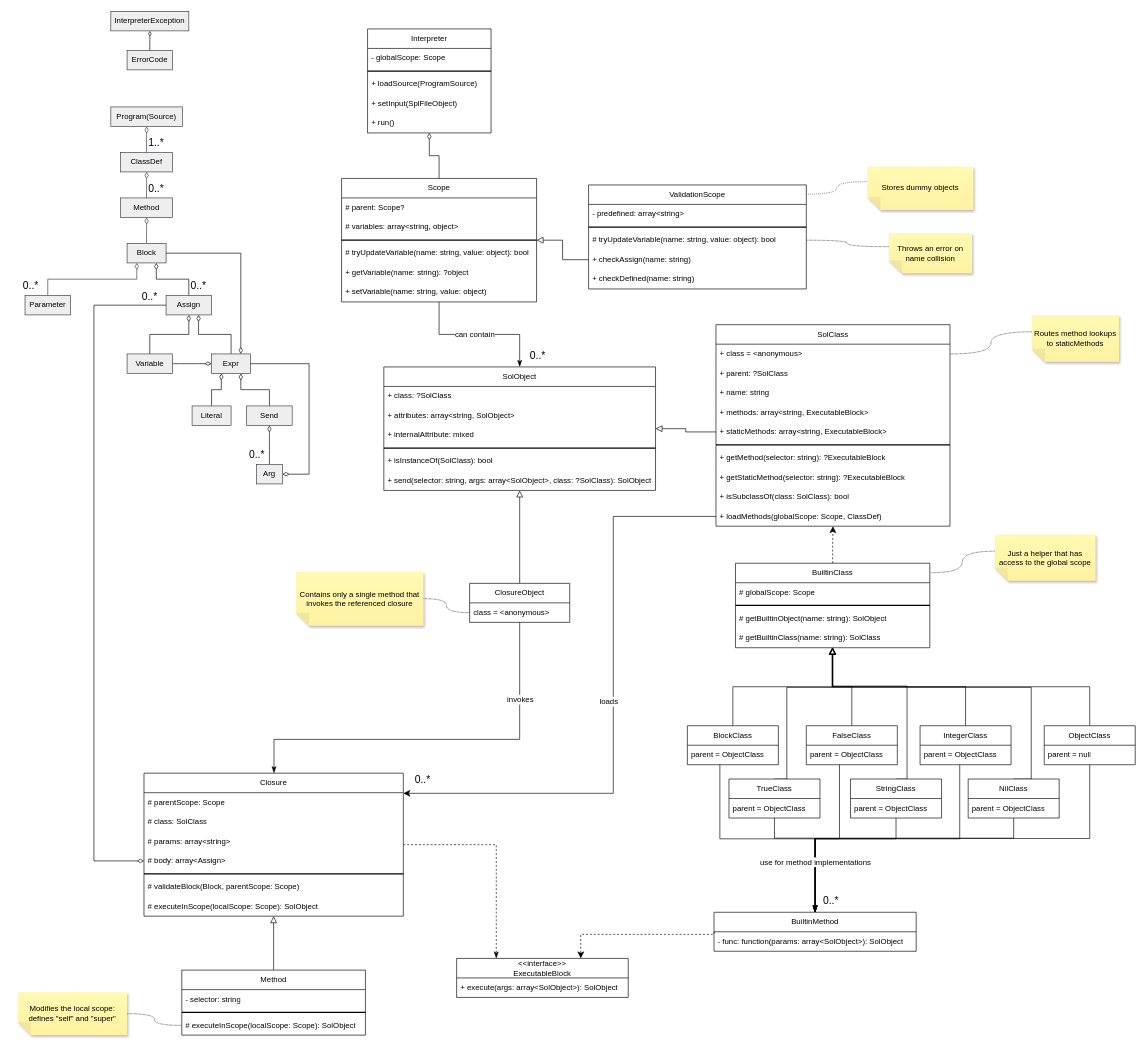
Earlier version of the draw.io diagram diagram.drawio (MarkLagodych/vut-ipp-project). Source tidied: cells renumbered, new cells numbered last; positions are measured from the earlier drawing's top-left corner, leaving out a move shared by most shapes. Both pictures are drawn from the tidied source at 65%, with x=0, y=0 at pixel (11, 11).
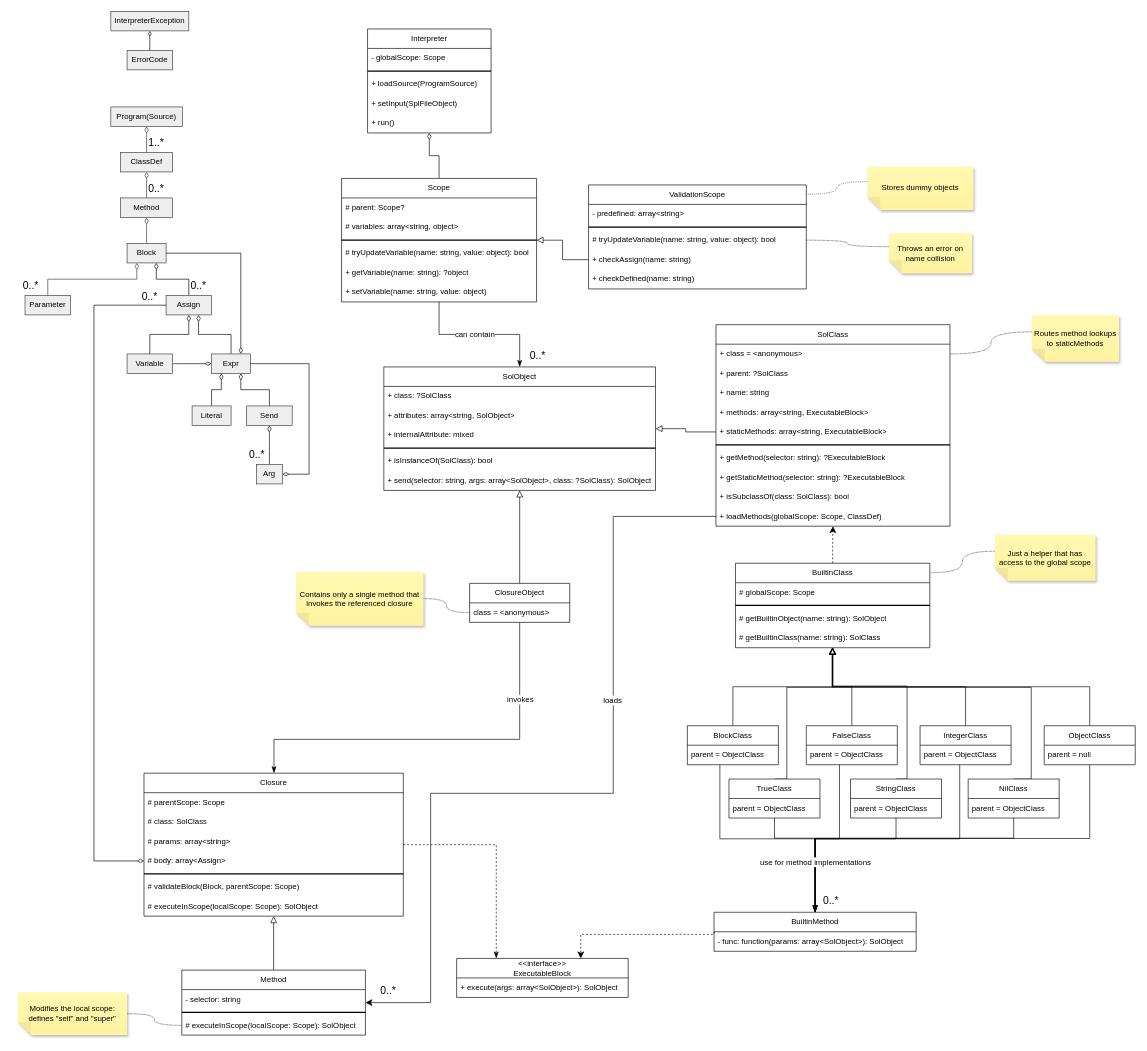
Above is the later version.

Unchanged cells that the change refers to:
```xml
<mxCell id="74" value="+ loadMethods(globalScope: Scope, ClassDef)" style="text;strokeColor=none;fillColor=none;align=left;verticalAlign=middle;spacingLeft=4;spacingRight=4;overflow=hidden;points=[[0,0.5],[1,0.5]];portConstraint=eastwest;whiteSpace=wrap;html=1;" parent="64" vertex="1">
  <mxGeometry y="280" width="360" height="30" as="geometry" />
</mxCell>
<mxCell id="79" value="Closure" style="swimlane;fontStyle=0;horizontal=1;startSize=30;whiteSpace=wrap;html=1;" parent="1" vertex="1">
  <mxGeometry x="204" y="1172" width="399" height="220" as="geometry" />
</mxCell>
<mxCell id="88" value="Method" style="swimlane;fontStyle=0;horizontal=1;startSize=30;whiteSpace=wrap;html=1;" parent="1" vertex="1">
  <mxGeometry x="262.2" y="1475" width="282.5" height="100" as="geometry" />
</mxCell>
```

Change to the diagram source:
```diff
@@
-    <mxCell id="149" style="edgeStyle=orthogonalEdgeStyle;rounded=0;jettySize=auto;html=1;exitX=0;exitY=0.5;exitDx=0;exitDy=0;fontSize=12;startSize=8;endSize=8;" parent="1" edge="1" source="74" target="79">
+    <mxCell id="149" style="edgeStyle=orthogonalEdgeStyle;rounded=0;jettySize=auto;html=1;exitX=0;exitY=0.5;exitDx=0;exitDy=0;fontSize=12;startSize=8;endSize=8;" parent="1" edge="1" source="74" target="88">
       <mxGeometry relative="1" as="geometry">
         <Array as="points">
           <mxPoint x="926" y="777" />
           <mxPoint x="926" y="1203" />
+          <mxPoint x="645" y="1203" />
+          <mxPoint x="645" y="1525" />
         </Array>
       </mxGeometry>
     </mxCell>
     <mxCell id="150" value="loads" style="edgeLabel;html=1;align=center;verticalAlign=middle;fontSize=12;" parent="149" vertex="1">
       <mxGeometry x="-0.04" y="-6" relative="1" as="geometry">
-        <mxPoint x="-2" y="7" as="offset" />
+        <mxPoint x="32" y="-138" as="offset" />
       </mxGeometry>
     </mxCell>
     <mxCell id="151" value="0..*" style="text;html=1;whiteSpace=wrap;strokeColor=none;fillColor=none;align=center;verticalAlign=middle;rounded=0;fontSize=16;" parent="1" vertex="1">
-      <mxGeometry x="603" y="1167" width="60" height="30" as="geometry" />
+      <mxGeometry x="550" y="1491" width="60" height="30" as="geometry" />
     </mxCell>
```
